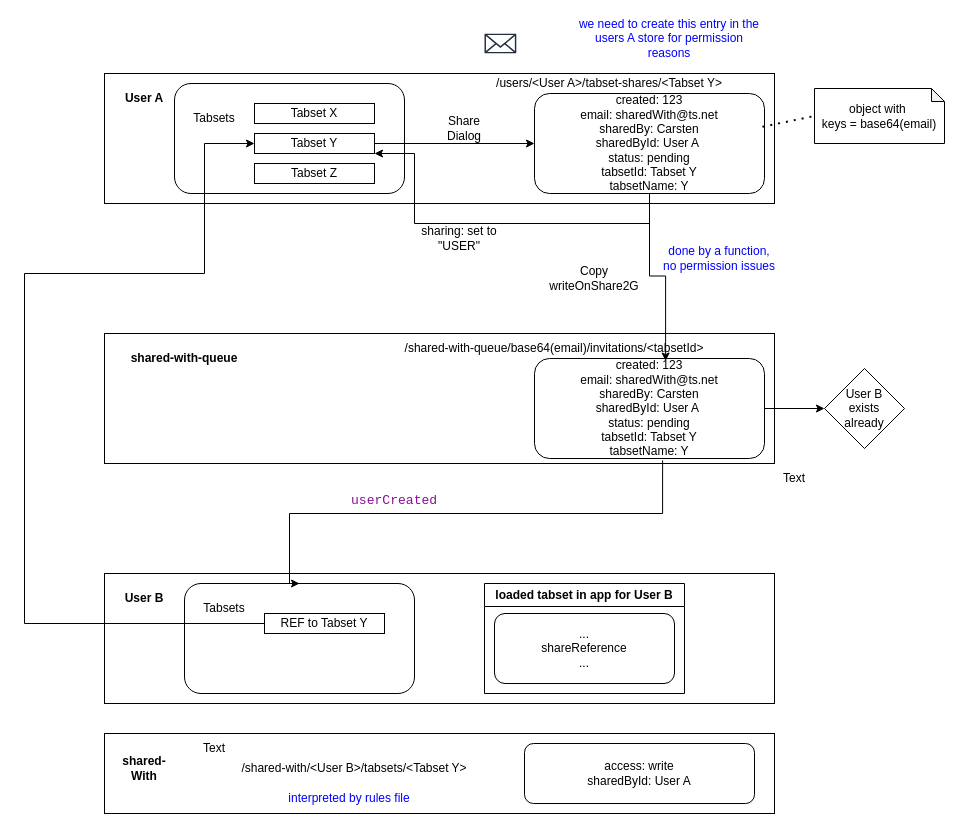
Earlier version of the draw.io diagram docs/sharing.drawio (evandor/tabsets-pro). Source tidied: cells renumbered, new cells numbered last; positions are measured from the earlier drawing's top-left corner, leaving out a move shared by most shapes. Both pictures are drawn from the tidied source at 100%, with x=0, y=0 at pixel (24, 23).
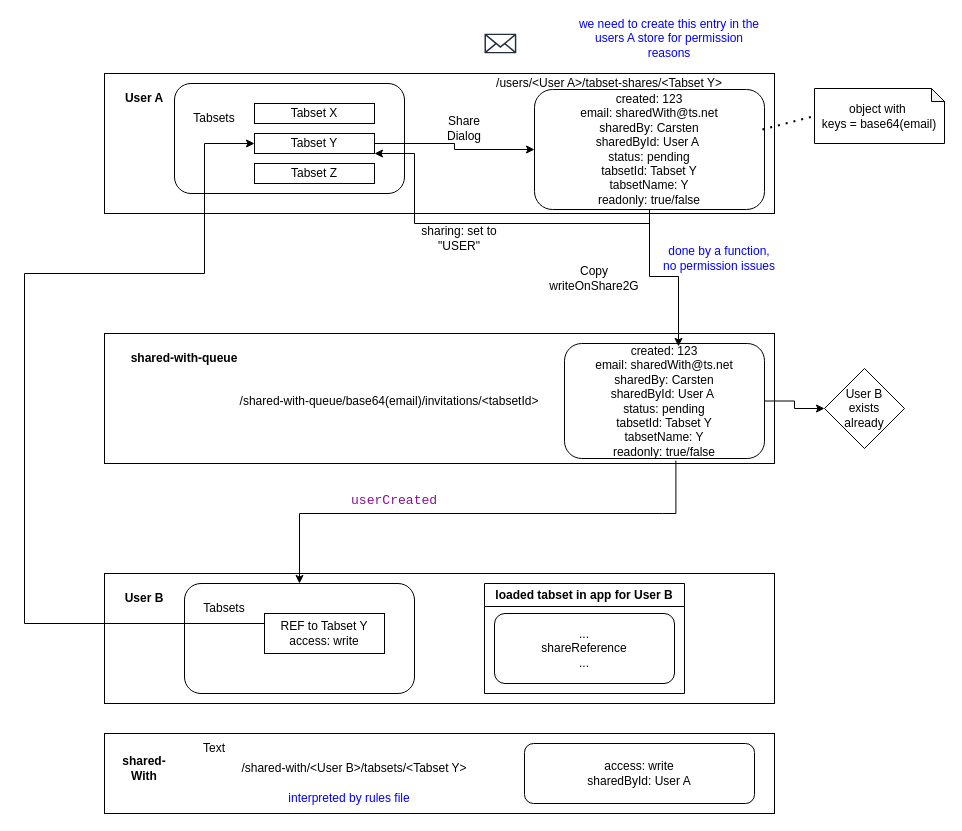
The same page after the edit.

What changed in the source:
```diff
@@
     <mxCell id="2" style="rounded=0;whiteSpace=wrap;html=1;" parent="1" vertex="1">
-      <mxGeometry x="80" y="50" width="670" height="130" as="geometry" />
+      <mxGeometry x="80" y="50" width="670" height="140" as="geometry" />
     </mxCell>
@@
-    <mxCell id="10" value="created: 123&lt;br&gt;email: sharedWith@ts.net&lt;br&gt;sharedBy: Carsten&lt;br&gt;sharedById: User A&amp;nbsp;&lt;br&gt;status: pending&lt;br&gt;tabsetId: Tabset Y&lt;br&gt;tabsetName: Y" style="rounded=1;whiteSpace=wrap;html=1;" parent="1" vertex="1">
-      <mxGeometry x="510" y="70" width="230" height="100" as="geometry" />
+    <mxCell id="10" value="created: 123&lt;br&gt;email: sharedWith@ts.net&lt;br&gt;sharedBy: Carsten&lt;br&gt;sharedById: User A&amp;nbsp;&lt;br&gt;status: pending&lt;br&gt;tabsetId: Tabset Y&lt;br&gt;tabsetName: Y&lt;br&gt;readonly: true/false" style="rounded=1;whiteSpace=wrap;html=1;" parent="1" vertex="1">
+      <mxGeometry x="510" y="66" width="230" height="120" as="geometry" />
     </mxCell>
@@
-    <mxCell id="17" value="created: 123&lt;br style=&quot;border-color: var(--border-color);&quot;&gt;email: sharedWith@ts.net&lt;br style=&quot;border-color: var(--border-color);&quot;&gt;sharedBy: Carsten&lt;br style=&quot;border-color: var(--border-color);&quot;&gt;sharedById: User A&amp;nbsp;&lt;br style=&quot;border-color: var(--border-color);&quot;&gt;status: pending&lt;br style=&quot;border-color: var(--border-color);&quot;&gt;tabsetId: Tabset Y&lt;br&gt;tabsetName: Y" style="rounded=1;whiteSpace=wrap;html=1;" parent="1" vertex="1">
-      <mxGeometry x="510" y="335" width="230" height="100" as="geometry" />
+    <mxCell id="17" value="created: 123&lt;br style=&quot;border-color: var(--border-color);&quot;&gt;email: sharedWith@ts.net&lt;br style=&quot;border-color: var(--border-color);&quot;&gt;sharedBy: Carsten&lt;br style=&quot;border-color: var(--border-color);&quot;&gt;sharedById: User A&amp;nbsp;&lt;br style=&quot;border-color: var(--border-color);&quot;&gt;status: pending&lt;br style=&quot;border-color: var(--border-color);&quot;&gt;tabsetId: Tabset Y&lt;br&gt;tabsetName: Y&lt;br&gt;readonly: true/false" style="rounded=1;whiteSpace=wrap;html=1;" parent="1" vertex="1">
+      <mxGeometry x="540" y="320" width="200" height="115" as="geometry" />
     </mxCell>
@@
-    <mxCell id="27" value="REF to Tabset Y" style="rounded=0;whiteSpace=wrap;html=1;" parent="1" vertex="1">
-      <mxGeometry x="240" y="590" width="120" height="20" as="geometry" />
+    <mxCell id="27" value="REF to Tabset Y&lt;br&gt;access: write" style="rounded=0;whiteSpace=wrap;html=1;" parent="1" vertex="1">
+      <mxGeometry x="240" y="590" width="120" height="40" as="geometry" />
     </mxCell>
@@
     <mxCell id="42" value="/shared-with-queue/base64(email)/invitations/&amp;lt;tabsetId&amp;gt;" style="text;html=1;strokeColor=none;fillColor=none;align=center;verticalAlign=middle;whiteSpace=wrap;rounded=0;" parent="1" vertex="1">
-      <mxGeometry x="325" y="315" width="410" height="20" as="geometry" />
+      <mxGeometry x="160" y="367.5" width="410" height="20" as="geometry" />
     </mxCell>
@@
-    <mxCell id="44" value="Text" style="text;strokeColor=none;align=center;fillColor=none;html=1;verticalAlign=middle;whiteSpace=wrap;rounded=0;" parent="1" vertex="1">
-      <mxGeometry x="740" y="440" width="60" height="30" as="geometry" />
-    </mxCell>
```
